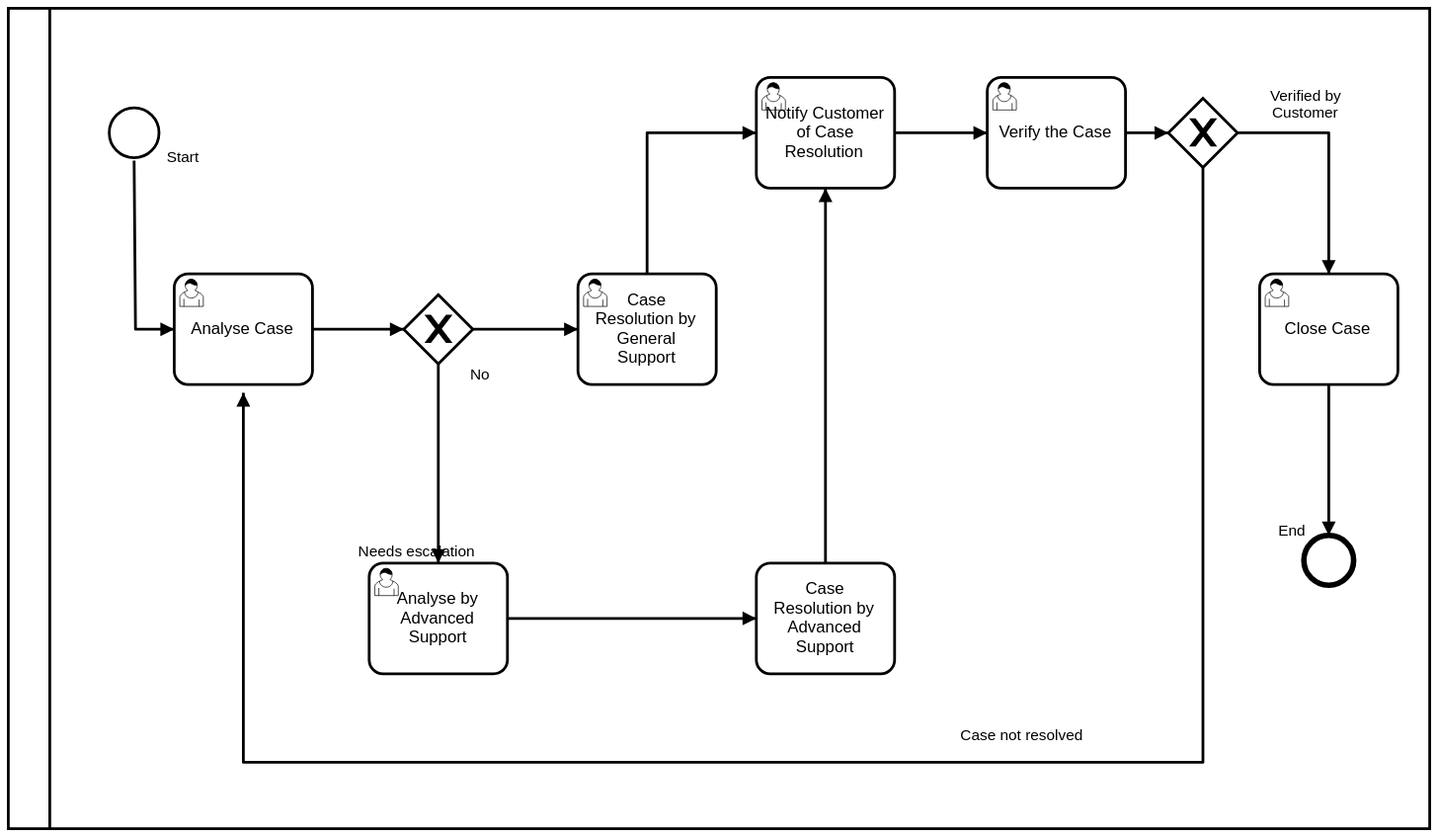
This is processes/Help Desk.svg from kubajal/workflow, a BPMN export, as it was before one commit. Its source is kept beside it as processes/Help Desk.bpmn. Ids are renumbered.
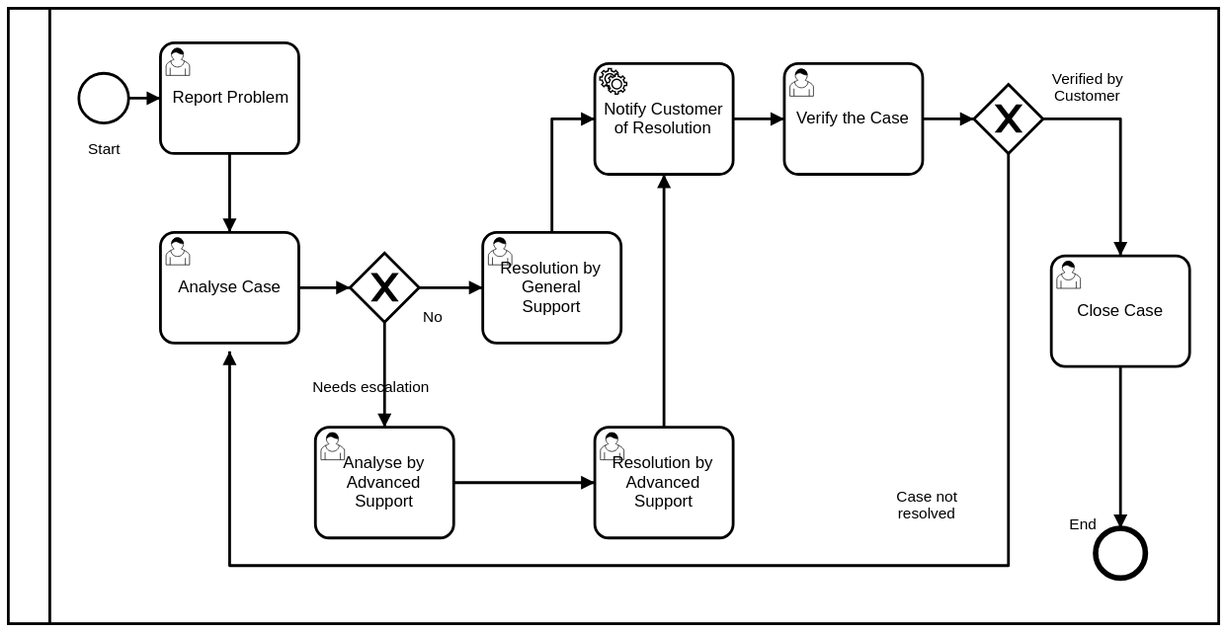
The same file after the commit.

What changed in the source:
```diff
@@ -5,33 +5,2 @@
   <bpmn:process id="Process_1">
-    <bpmn:startEvent id="StartEvent_1" name="Start">
-      <bpmn:outgoing>SequenceFlow_n3</bpmn:outgoing>
-    </bpmn:startEvent>
-    <bpmn:userTask id="UserTask_n4" name="Analyse Case">
-      <bpmn:incoming>SequenceFlow_n3</bpmn:incoming>
-      <bpmn:incoming>SequenceFlow_n5</bpmn:incoming>
-      <bpmn:outgoing>SequenceFlow_n6</bpmn:outgoing>
-    </bpmn:userTask>
-    <bpmn:exclusiveGateway id="ExclusiveGateway_n7" gatewayDirection="Diverging">
-      <bpmn:incoming>SequenceFlow_n6</bpmn:incoming>
-      <bpmn:outgoing>SequenceFlow_n8</bpmn:outgoing>
-      <bpmn:outgoing>SequenceFlow_n9</bpmn:outgoing>
-    </bpmn:exclusiveGateway>
-    <bpmn:userTask id="UserTask_n10" name="Case Resolution by General Support">
-      <bpmn:incoming>SequenceFlow_n8</bpmn:incoming>
-      <bpmn:outgoing>SequenceFlow_n11</bpmn:outgoing>
-    </bpmn:userTask>
-    <bpmn:userTask id="UserTask_n12" name="Notify Customer of Case Resolution">
-      <bpmn:incoming>SequenceFlow_n11</bpmn:incoming>
-      <bpmn:incoming>SequenceFlow_n13</bpmn:incoming>
-      <bpmn:outgoing>SequenceFlow_n14</bpmn:outgoing>
-    </bpmn:userTask>
-    <bpmn:userTask id="UserTask_n15" name="Verify the Case">
-      <bpmn:incoming>SequenceFlow_n14</bpmn:incoming>
-      <bpmn:outgoing>SequenceFlow_n16</bpmn:outgoing>
-    </bpmn:userTask>
-    <bpmn:exclusiveGateway id="ExclusiveGateway_n17" gatewayDirection="Diverging">
-      <bpmn:incoming>SequenceFlow_n16</bpmn:incoming>
-      <bpmn:outgoing>SequenceFlow_n18</bpmn:outgoing>
-      <bpmn:outgoing>SequenceFlow_n5</bpmn:outgoing>
-    </bpmn:exclusiveGateway>
     <bpmn:userTask id="UserTask_n19" name="Close Case">
@@ -43,2 +12,15 @@
     </bpmn:endEvent>
+    <bpmn:exclusiveGateway id="ExclusiveGateway_n17" gatewayDirection="Diverging">
+      <bpmn:incoming>SequenceFlow_n16</bpmn:incoming>
+      <bpmn:outgoing>SequenceFlow_n18</bpmn:outgoing>
+      <bpmn:outgoing>SequenceFlow_n5</bpmn:outgoing>
+    </bpmn:exclusiveGateway>
+    <bpmn:userTask id="UserTask_n15" name="Verify the Case">
+      <bpmn:incoming>SequenceFlow_n14</bpmn:incoming>
+      <bpmn:outgoing>SequenceFlow_n16</bpmn:outgoing>
+    </bpmn:userTask>
+    <bpmn:userTask id="UserTask_n10" name="Resolution by General Support">
+      <bpmn:incoming>SequenceFlow_n8</bpmn:incoming>
+      <bpmn:outgoing>SequenceFlow_n11</bpmn:outgoing>
+    </bpmn:userTask>
     <bpmn:userTask id="UserTask_n22" name="Analyse by Advanced Support">
@@ -47,18 +29,41 @@
     </bpmn:userTask>
-    <bpmn:task id="Task_n24" name="Case Resolution by Advanced Support">
+    <bpmn:exclusiveGateway id="ExclusiveGateway_n7" gatewayDirection="Diverging">
+      <bpmn:incoming>SequenceFlow_n6</bpmn:incoming>
+      <bpmn:outgoing>SequenceFlow_n8</bpmn:outgoing>
+      <bpmn:outgoing>SequenceFlow_n9</bpmn:outgoing>
+    </bpmn:exclusiveGateway>
+    <bpmn:userTask id="UserTask_n4" name="Analyse Case">
+      <bpmn:incoming>SequenceFlow_n5</bpmn:incoming>
+      <bpmn:incoming>SequenceFlow_n25</bpmn:incoming>
+      <bpmn:outgoing>SequenceFlow_n6</bpmn:outgoing>
+    </bpmn:userTask>
+    <bpmn:serviceTask id="ServiceTask_n26" name="Notify Customer of Resolution">
+      <bpmn:incoming>SequenceFlow_n11</bpmn:incoming>
+      <bpmn:incoming>SequenceFlow_n13</bpmn:incoming>
+      <bpmn:outgoing>SequenceFlow_n14</bpmn:outgoing>
+    </bpmn:serviceTask>
+    <bpmn:startEvent id="StartEvent_1" name="Start">
+      <bpmn:outgoing>SequenceFlow_n27</bpmn:outgoing>
+    </bpmn:startEvent>
+    <bpmn:userTask id="UserTask_n28" name="Report Problem">
+      <bpmn:incoming>SequenceFlow_n27</bpmn:incoming>
+      <bpmn:outgoing>SequenceFlow_n25</bpmn:outgoing>
+    </bpmn:userTask>
+    <bpmn:sequenceFlow id="SequenceFlow_n18" name="Verified by Customer" sourceRef="ExclusiveGateway_n17" targetRef="UserTask_n19" />
+    <bpmn:sequenceFlow id="SequenceFlow_n20" sourceRef="UserTask_n19" targetRef="EndEvent_n21" />
+    <bpmn:sequenceFlow id="SequenceFlow_n16" sourceRef="UserTask_n15" targetRef="ExclusiveGateway_n17" />
+    <bpmn:sequenceFlow id="SequenceFlow_n5" name="Case not resolved" sourceRef="ExclusiveGateway_n17" targetRef="UserTask_n4" />
+    <bpmn:sequenceFlow id="SequenceFlow_n14" sourceRef="ServiceTask_n26" targetRef="UserTask_n15" />
+    <bpmn:sequenceFlow id="SequenceFlow_n23" sourceRef="UserTask_n22" targetRef="UserTask_n29" />
+    <bpmn:sequenceFlow id="SequenceFlow_n13" sourceRef="UserTask_n29" targetRef="ServiceTask_n26" />
+    <bpmn:sequenceFlow id="SequenceFlow_n8" name="No" sourceRef="ExclusiveGateway_n7" targetRef="UserTask_n10" />
+    <bpmn:sequenceFlow id="SequenceFlow_n11" sourceRef="UserTask_n10" targetRef="ServiceTask_n26" />
+    <bpmn:sequenceFlow id="SequenceFlow_n9" name="Needs escalation" sourceRef="ExclusiveGateway_n7" targetRef="UserTask_n22" />
+    <bpmn:sequenceFlow id="SequenceFlow_n6" sourceRef="UserTask_n4" targetRef="ExclusiveGateway_n7" />
+    <bpmn:sequenceFlow id="SequenceFlow_n25" sourceRef="UserTask_n28" targetRef="UserTask_n4" />
+    <bpmn:sequenceFlow id="SequenceFlow_n27" sourceRef="StartEvent_1" targetRef="UserTask_n28" />
+    <bpmn:userTask id="UserTask_n29" name="Resolution by Advanced Support">
       <bpmn:incoming>SequenceFlow_n23</bpmn:incoming>
       <bpmn:outgoing>SequenceFlow_n13</bpmn:outgoing>
-    </bpmn:task>
-    <bpmn:sequenceFlow id="SequenceFlow_n3" sourceRef="StartEvent_1" targetRef="UserTask_n4" />
-    <bpmn:sequenceFlow id="SequenceFlow_n5" name="Case not resolved" sourceRef="ExclusiveGateway_n17" targetRef="UserTask_n4" />
-    <bpmn:sequenceFlow id="SequenceFlow_n6" sourceRef="UserTask_n4" targetRef="ExclusiveGateway_n7" />
-    <bpmn:sequenceFlow id="SequenceFlow_n8" name="No" sourceRef="ExclusiveGateway_n7" targetRef="UserTask_n10" />
-    <bpmn:sequenceFlow id="SequenceFlow_n9" name="Needs escalation" sourceRef="ExclusiveGateway_n7" targetRef="UserTask_n22" />
-    <bpmn:sequenceFlow id="SequenceFlow_n11" sourceRef="UserTask_n10" targetRef="UserTask_n12" />
-    <bpmn:sequenceFlow id="SequenceFlow_n13" sourceRef="Task_n24" targetRef="UserTask_n12" />
-    <bpmn:sequenceFlow id="SequenceFlow_n14" sourceRef="UserTask_n12" targetRef="UserTask_n15" />
-    <bpmn:sequenceFlow id="SequenceFlow_n16" sourceRef="UserTask_n15" targetRef="ExclusiveGateway_n17" />
-    <bpmn:sequenceFlow id="SequenceFlow_n18" name="Verified by Customer" sourceRef="ExclusiveGateway_n17" targetRef="UserTask_n19" />
-    <bpmn:sequenceFlow id="SequenceFlow_n20" sourceRef="UserTask_n19" targetRef="EndEvent_n21" />
-    <bpmn:sequenceFlow id="SequenceFlow_n23" sourceRef="UserTask_n22" targetRef="Task_n24" />
+    </bpmn:userTask>
   </bpmn:process>
@@ -67,8 +72,8 @@
       <bpmndi:BPMNShape id="Participant_n2_di" bpmnElement="Participant_n2">
-        <dc:Bounds x="82" y="54" width="1028" height="593" />
+        <dc:Bounds x="54" y="-36" width="875" height="445" />
       </bpmndi:BPMNShape>
       <bpmndi:BPMNShape id="_BPMNShape_StartEvent_2" bpmnElement="StartEvent_1">
-        <dc:Bounds x="155" y="126" width="36" height="36" />
+        <dc:Bounds x="105" y="11" width="36" height="36" />
         <bpmndi:BPMNLabel id="BPMNLabel_1" labelStyle="BPMNLabelStyle_1">
-          <dc:Bounds x="163" y="153" width="90" height="20" />
+          <dc:Bounds x="78" y="57" width="90" height="20" />
         </bpmndi:BPMNLabel>
@@ -76,3 +81,3 @@
       <bpmndi:BPMNShape id="UserTask_n4_di" bpmnElement="UserTask_n4">
-        <dc:Bounds x="202" y="246" width="100" height="80" />
+        <dc:Bounds x="164" y="126" width="100" height="80" />
         <bpmndi:BPMNLabel id="BPMNLabel_17" labelStyle="BPMNLabelStyle_1">
@@ -82,5 +87,5 @@
       <bpmndi:BPMNShape id="ExclusiveGateway_n7_di" bpmnElement="ExclusiveGateway_n7" isMarkerVisible="true">
-        <dc:Bounds x="368" y="261" width="50" height="50" />
+        <dc:Bounds x="301" y="141" width="50" height="50" />
         <bpmndi:BPMNLabel id="BPMNLabel_3" labelStyle="BPMNLabelStyle_1">
-          <dc:Bounds x="348" y="311" width="90" height="20" />
+          <dc:Bounds x="281" y="191" width="90" height="20" />
         </bpmndi:BPMNLabel>
@@ -88,3 +93,3 @@
       <bpmndi:BPMNShape id="UserTask_n10_di" bpmnElement="UserTask_n10">
-        <dc:Bounds x="494" y="246" width="100" height="80" />
+        <dc:Bounds x="397" y="126" width="100" height="80" />
         <bpmndi:BPMNLabel id="BPMNLabel_18" labelStyle="BPMNLabelStyle_1">
@@ -93,10 +98,4 @@
       </bpmndi:BPMNShape>
-      <bpmndi:BPMNShape id="UserTask_n12_di" bpmnElement="UserTask_n12">
-        <dc:Bounds x="623" y="104" width="100" height="80" />
-        <bpmndi:BPMNLabel id="BPMNLabel_19" labelStyle="BPMNLabelStyle_1">
-          <dc:Bounds x="662" y="100" width="91" height="45" />
-        </bpmndi:BPMNLabel>
-      </bpmndi:BPMNShape>
       <bpmndi:BPMNShape id="UserTask_n15_di" bpmnElement="UserTask_n15">
-        <dc:Bounds x="790" y="104" width="100" height="80" />
+        <dc:Bounds x="615" y="4" width="100" height="80" />
         <bpmndi:BPMNLabel id="BPMNLabel_20" labelStyle="BPMNLabelStyle_1">
@@ -106,5 +105,5 @@
       <bpmndi:BPMNShape id="ExclusiveGateway_n17_di" bpmnElement="ExclusiveGateway_n17" isMarkerVisible="true">
-        <dc:Bounds x="921" y="119" width="50" height="50" />
+        <dc:Bounds x="752" y="19" width="50" height="50" />
         <bpmndi:BPMNLabel id="BPMNLabel_8" labelStyle="BPMNLabelStyle_1">
-          <dc:Bounds x="901" y="169" width="90" height="20" />
+          <dc:Bounds x="732" y="69" width="90" height="20" />
         </bpmndi:BPMNLabel>
@@ -112,3 +111,3 @@
       <bpmndi:BPMNShape id="UserTask_n19_di" bpmnElement="UserTask_n19">
-        <dc:Bounds x="987" y="246" width="100" height="80" />
+        <dc:Bounds x="808" y="143" width="100" height="80" />
         <bpmndi:BPMNLabel id="BPMNLabel_21" labelStyle="BPMNLabelStyle_1">
@@ -118,5 +117,5 @@
       <bpmndi:BPMNShape id="EndEvent_n21_di" bpmnElement="EndEvent_n21">
-        <dc:Bounds x="1019" y="435" width="36" height="36" />
+        <dc:Bounds x="840" y="340" width="36" height="36" />
         <bpmndi:BPMNLabel id="BPMNLabel_11" labelStyle="BPMNLabelStyle_1">
-          <dc:Bounds x="965" y="423" width="90" height="20" />
+          <dc:Bounds x="786" y="328" width="90" height="20" />
         </bpmndi:BPMNLabel>
@@ -124,3 +123,3 @@
       <bpmndi:BPMNShape id="UserTask_n22_di" bpmnElement="UserTask_n22">
-        <dc:Bounds x="343" y="455" width="100" height="80" />
+        <dc:Bounds x="276" y="267" width="100" height="80" />
         <bpmndi:BPMNLabel id="BPMNLabel_22" labelStyle="BPMNLabelStyle_1">
@@ -129,23 +128,9 @@
       </bpmndi:BPMNShape>
-      <bpmndi:BPMNShape id="Task_n24_di" bpmnElement="Task_n24">
-        <dc:Bounds x="623" y="455" width="100" height="80" />
-        <bpmndi:BPMNLabel id="BPMNLabel_23" labelStyle="BPMNLabelStyle_1">
-          <dc:Bounds x="660" y="539" width="96" height="45" />
-        </bpmndi:BPMNLabel>
-      </bpmndi:BPMNShape>
-      <bpmndi:BPMNEdge id="SequenceFlow_n3_di" bpmnElement="SequenceFlow_n3" sourceElement="_BPMNShape_StartEvent_2" targetElement="UserTask_n4_di">
-        <di:waypoint xsi:type="dc:Point" x="173" y="164" />
-        <di:waypoint xsi:type="dc:Point" x="174" y="286" />
-        <di:waypoint xsi:type="dc:Point" x="202" y="286" />
-        <bpmndi:BPMNLabel id="BPMNLabel_2" labelStyle="BPMNLabelStyle_1">
-          <dc:Bounds x="140" y="245" width="90" height="20" />
-        </bpmndi:BPMNLabel>
-      </bpmndi:BPMNEdge>
       <bpmndi:BPMNEdge id="SequenceFlow_n5_di" bpmnElement="SequenceFlow_n5" sourceElement="ExclusiveGateway_n17_di" targetElement="UserTask_n4_di">
-        <di:waypoint xsi:type="dc:Point" x="946" y="169" />
-        <di:waypoint xsi:type="dc:Point" x="946" y="599" />
-        <di:waypoint xsi:type="dc:Point" x="252" y="599" />
-        <di:waypoint xsi:type="dc:Point" x="252" y="332" />
+        <di:waypoint xsi:type="dc:Point" x="777" y="69" />
+        <di:waypoint xsi:type="dc:Point" x="777" y="367" />
+        <di:waypoint xsi:type="dc:Point" x="214" y="367" />
+        <di:waypoint xsi:type="dc:Point" x="214" y="212" />
         <bpmndi:BPMNLabel id="BPMNLabel_16" labelStyle="BPMNLabelStyle_1">
-          <dc:Bounds x="770" y="571" width="90" height="30" />
+          <dc:Bounds x="673" y="309" width="90" height="30" />
         </bpmndi:BPMNLabel>
@@ -153,8 +138,6 @@
       <bpmndi:BPMNEdge id="SequenceFlow_n6_di" bpmnElement="SequenceFlow_n6" sourceElement="UserTask_n4_di" targetElement="ExclusiveGateway_n7_di">
-        <di:waypoint xsi:type="dc:Point" x="302" y="286" />
-        <di:waypoint xsi:type="dc:Point" x="331" y="286" />
-        <di:waypoint xsi:type="dc:Point" x="331" y="286" />
-        <di:waypoint xsi:type="dc:Point" x="368" y="286" />
+        <di:waypoint xsi:type="dc:Point" x="264" y="166" />
+        <di:waypoint xsi:type="dc:Point" x="301" y="166" />
         <bpmndi:BPMNLabel id="BPMNLabel_4" labelStyle="BPMNLabelStyle_1">
-          <dc:Bounds x="294" y="326" width="90" height="20" />
+          <dc:Bounds x="266" y="236" width="90" height="20" />
         </bpmndi:BPMNLabel>
@@ -162,8 +145,6 @@
       <bpmndi:BPMNEdge id="SequenceFlow_n8_di" bpmnElement="SequenceFlow_n8" sourceElement="ExclusiveGateway_n7_di" targetElement="UserTask_n10_di">
-        <di:waypoint xsi:type="dc:Point" x="418" y="286" />
-        <di:waypoint xsi:type="dc:Point" x="448" y="286" />
-        <di:waypoint xsi:type="dc:Point" x="448" y="286" />
-        <di:waypoint xsi:type="dc:Point" x="494" y="286" />
+        <di:waypoint xsi:type="dc:Point" x="351" y="166" />
+        <di:waypoint xsi:type="dc:Point" x="397" y="166" />
         <bpmndi:BPMNLabel id="BPMNLabel_5" labelStyle="BPMNLabelStyle_1">
-          <dc:Bounds x="378" y="310" width="90" height="20" />
+          <dc:Bounds x="316" y="178" width="90" height="20" />
         </bpmndi:BPMNLabel>
@@ -171,32 +152,32 @@
       <bpmndi:BPMNEdge id="SequenceFlow_n9_di" bpmnElement="SequenceFlow_n9" sourceElement="ExclusiveGateway_n7_di" targetElement="UserTask_n22_di">
-        <di:waypoint xsi:type="dc:Point" x="393" y="311" />
-        <di:waypoint xsi:type="dc:Point" x="393" y="388" />
-        <di:waypoint xsi:type="dc:Point" x="393" y="388" />
-        <di:waypoint xsi:type="dc:Point" x="393" y="455" />
+        <di:waypoint xsi:type="dc:Point" x="326" y="191" />
+        <di:waypoint xsi:type="dc:Point" x="326" y="229" />
+        <di:waypoint xsi:type="dc:Point" x="326" y="229" />
+        <di:waypoint xsi:type="dc:Point" x="326" y="267" />
         <bpmndi:BPMNLabel id="BPMNLabel_13" labelStyle="BPMNLabelStyle_1">
-          <dc:Bounds x="332" y="438" width="90" height="30" />
+          <dc:Bounds x="272" y="229" width="90" height="30" />
         </bpmndi:BPMNLabel>
       </bpmndi:BPMNEdge>
-      <bpmndi:BPMNEdge id="SequenceFlow_n11_di" bpmnElement="SequenceFlow_n11" sourceElement="UserTask_n10_di" targetElement="UserTask_n12_di">
-        <di:waypoint xsi:type="dc:Point" x="544" y="246" />
-        <di:waypoint xsi:type="dc:Point" x="544" y="144" />
-        <di:waypoint xsi:type="dc:Point" x="623" y="144" />
+      <bpmndi:BPMNEdge id="SequenceFlow_n11_di" bpmnElement="SequenceFlow_n11" sourceElement="UserTask_n10_di">
+        <di:waypoint xsi:type="dc:Point" x="447" y="126" />
+        <di:waypoint xsi:type="dc:Point" x="447" y="44" />
+        <di:waypoint xsi:type="dc:Point" x="478" y="44" />
         <bpmndi:BPMNLabel id="BPMNLabel_6" labelStyle="BPMNLabelStyle_1">
-          <dc:Bounds x="565" y="214" width="90" height="20" />
+          <dc:Bounds x="537" y="124" width="90" height="20" />
         </bpmndi:BPMNLabel>
       </bpmndi:BPMNEdge>
-      <bpmndi:BPMNEdge id="SequenceFlow_n13_di" bpmnElement="SequenceFlow_n13" sourceElement="Task_n24_di" targetElement="UserTask_n12_di">
-        <di:waypoint xsi:type="dc:Point" x="673" y="455" />
-        <di:waypoint xsi:type="dc:Point" x="673" y="184" />
+      <bpmndi:BPMNEdge id="SequenceFlow_n13_di" bpmnElement="SequenceFlow_n13" sourceElement="Task_n24_di">
+        <di:waypoint xsi:type="dc:Point" x="528" y="267" />
+        <di:waypoint xsi:type="dc:Point" x="528" y="176" />
+        <di:waypoint xsi:type="dc:Point" x="528" y="176" />
+        <di:waypoint xsi:type="dc:Point" x="528" y="84" />
         <bpmndi:BPMNLabel id="BPMNLabel_15" labelStyle="BPMNLabelStyle_1">
-          <dc:Bounds x="622" y="324" width="90" height="20" />
+          <dc:Bounds x="594" y="234" width="90" height="20" />
         </bpmndi:BPMNLabel>
       </bpmndi:BPMNEdge>
-      <bpmndi:BPMNEdge id="SequenceFlow_n14_di" bpmnElement="SequenceFlow_n14" sourceElement="UserTask_n12_di" targetElement="UserTask_n15_di">
-        <di:waypoint xsi:type="dc:Point" x="723" y="144" />
-        <di:waypoint xsi:type="dc:Point" x="758" y="144" />
-        <di:waypoint xsi:type="dc:Point" x="758" y="144" />
-        <di:waypoint xsi:type="dc:Point" x="790" y="144" />
+      <bpmndi:BPMNEdge id="SequenceFlow_n14_di" bpmnElement="SequenceFlow_n14" targetElement="UserTask_n15_di">
+        <di:waypoint xsi:type="dc:Point" x="578" y="44" />
+        <di:waypoint xsi:type="dc:Point" x="615" y="44" />
         <bpmndi:BPMNLabel id="BPMNLabel_7" labelStyle="BPMNLabelStyle_1">
-          <dc:Bounds x="722" y="103" width="90" height="20" />
+          <dc:Bounds x="694" y="13" width="90" height="20" />
         </bpmndi:BPMNLabel>
@@ -204,6 +185,6 @@
       <bpmndi:BPMNEdge id="SequenceFlow_n16_di" bpmnElement="SequenceFlow_n16" sourceElement="UserTask_n15_di" targetElement="ExclusiveGateway_n17_di">
-        <di:waypoint xsi:type="dc:Point" x="890" y="144" />
-        <di:waypoint xsi:type="dc:Point" x="921" y="144" />
+        <di:waypoint xsi:type="dc:Point" x="715" y="44" />
+        <di:waypoint xsi:type="dc:Point" x="752" y="44" />
         <bpmndi:BPMNLabel id="BPMNLabel_9" labelStyle="BPMNLabelStyle_1">
-          <dc:Bounds x="861" y="104" width="90" height="20" />
+          <dc:Bounds x="833" y="14" width="90" height="20" />
         </bpmndi:BPMNLabel>
@@ -211,7 +192,7 @@
       <bpmndi:BPMNEdge id="SequenceFlow_n18_di" bpmnElement="SequenceFlow_n18" sourceElement="ExclusiveGateway_n17_di" targetElement="UserTask_n19_di">
-        <di:waypoint xsi:type="dc:Point" x="971" y="144" />
-        <di:waypoint xsi:type="dc:Point" x="1037" y="144" />
-        <di:waypoint xsi:type="dc:Point" x="1037" y="246" />
+        <di:waypoint xsi:type="dc:Point" x="802" y="44" />
+        <di:waypoint xsi:type="dc:Point" x="858" y="44" />
+        <di:waypoint xsi:type="dc:Point" x="858" y="143" />
         <bpmndi:BPMNLabel id="BPMNLabel_10" labelStyle="BPMNLabelStyle_1">
-          <dc:Bounds x="975" y="109" width="90" height="30" />
+          <dc:Bounds x="789" y="7" width="90" height="30" />
         </bpmndi:BPMNLabel>
@@ -219,6 +200,6 @@
       <bpmndi:BPMNEdge id="SequenceFlow_n20_di" bpmnElement="SequenceFlow_n20" sourceElement="UserTask_n19_di" targetElement="EndEvent_n21_di">
-        <di:waypoint xsi:type="dc:Point" x="1037" y="326" />
-        <di:waypoint xsi:type="dc:Point" x="1037" y="435" />
+        <di:waypoint xsi:type="dc:Point" x="858" y="223" />
+        <di:waypoint xsi:type="dc:Point" x="858" y="340" />
         <bpmndi:BPMNLabel id="BPMNLabel_12" labelStyle="BPMNLabelStyle_1">
-          <dc:Bounds x="970" y="364" width="90" height="20" />
+          <dc:Bounds x="942" y="274" width="90" height="20" />
         </bpmndi:BPMNLabel>
@@ -226,8 +207,31 @@
       <bpmndi:BPMNEdge id="SequenceFlow_n23_di" bpmnElement="SequenceFlow_n23" sourceElement="UserTask_n22_di" targetElement="Task_n24_di">
-        <di:waypoint xsi:type="dc:Point" x="443" y="495" />
-        <di:waypoint xsi:type="dc:Point" x="623" y="495" />
+        <di:waypoint xsi:type="dc:Point" x="376" y="307" />
+        <di:waypoint xsi:type="dc:Point" x="478" y="307" />
         <bpmndi:BPMNLabel id="BPMNLabel_14" labelStyle="BPMNLabelStyle_1">
-          <dc:Bounds x="486" y="543" width="90" height="20" />
+          <dc:Bounds x="458" y="453" width="90" height="20" />
         </bpmndi:BPMNLabel>
       </bpmndi:BPMNEdge>
+      <bpmndi:BPMNShape id="ServiceTask_n26_di" bpmnElement="ServiceTask_n26">
+        <dc:Bounds x="478" y="4" width="100" height="80" />
+      </bpmndi:BPMNShape>
+      <bpmndi:BPMNShape id="UserTask_n28_di" bpmnElement="UserTask_n28">
+        <dc:Bounds x="164" y="-11" width="100" height="80" />
+      </bpmndi:BPMNShape>
+      <bpmndi:BPMNEdge id="SequenceFlow_n27_di" bpmnElement="SequenceFlow_n27">
+        <di:waypoint xsi:type="dc:Point" x="141" y="29" />
+        <di:waypoint xsi:type="dc:Point" x="164" y="29" />
+        <bpmndi:BPMNLabel>
+          <dc:Bounds x="108" y="19" width="90" height="20" />
+        </bpmndi:BPMNLabel>
+      </bpmndi:BPMNEdge>
+      <bpmndi:BPMNEdge id="SequenceFlow_n25_di" bpmnElement="SequenceFlow_n25">
+        <di:waypoint xsi:type="dc:Point" x="214" y="69" />
+        <di:waypoint xsi:type="dc:Point" x="214" y="126" />
+        <bpmndi:BPMNLabel>
+          <dc:Bounds x="169" y="88" width="90" height="20" />
+        </bpmndi:BPMNLabel>
+      </bpmndi:BPMNEdge>
+      <bpmndi:BPMNShape id="UserTask_n29_di" bpmnElement="UserTask_n29">
+        <dc:Bounds x="478" y="267" width="100" height="80" />
+      </bpmndi:BPMNShape>
     </bpmndi:BPMNPlane>
```
